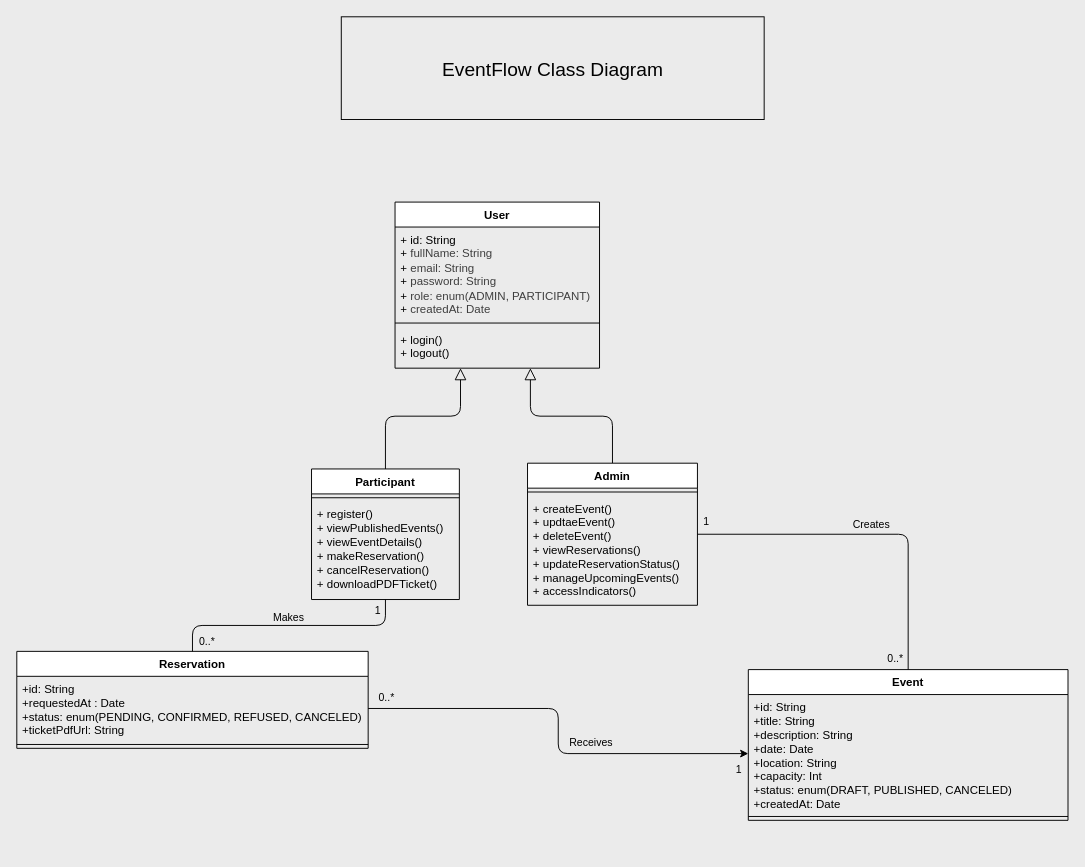
This is UML/Class_Diagram.drawio from YassineElHassani/EventFlow, a draw.io file, before an edit. Source tidied: cells renumbered, new cells numbered last; positions are measured from the earlier drawing's top-left corner, leaving out a move shared by most shapes. Both pictures are drawn from the tidied source at 96%, with x=0, y=0 at pixel (16, 16).
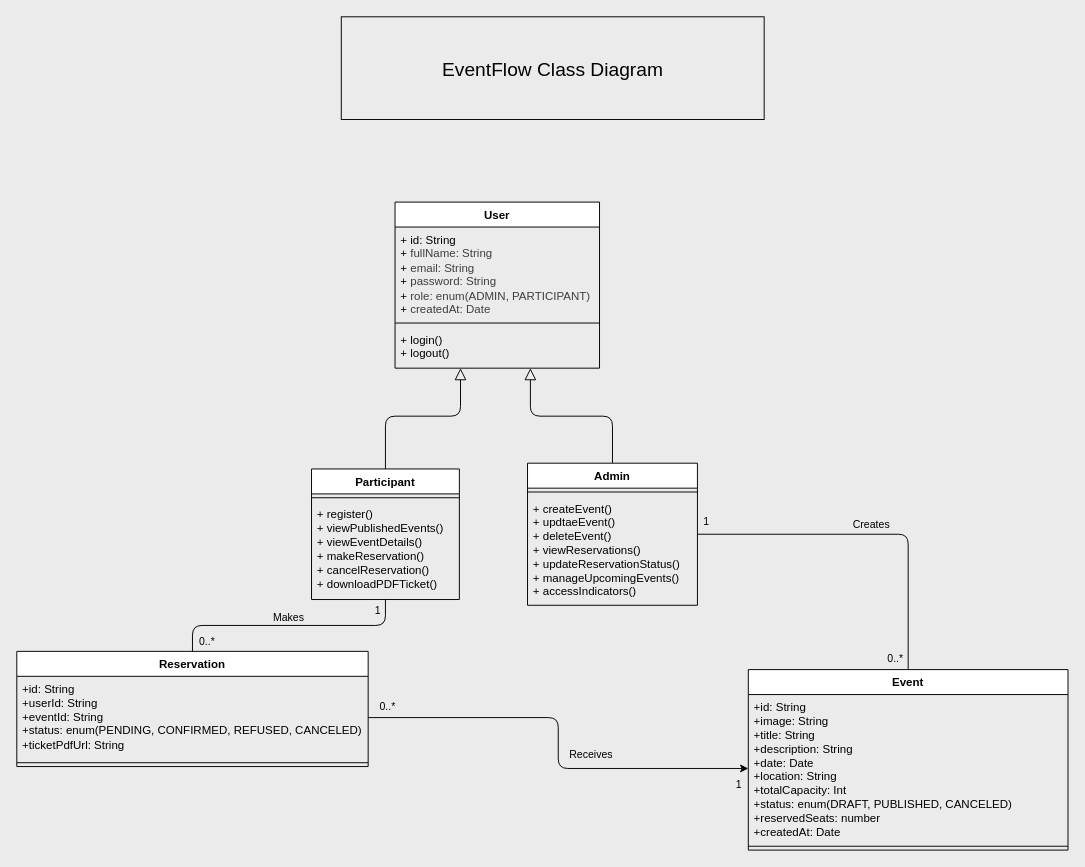
After the change.

What changed in the source:
```diff
@@
     <mxCell id="8" value="Event " style="swimlane;fontStyle=1;align=center;verticalAlign=top;horizontal=1;startSize=26;whiteSpace=wrap;html=1;" parent="1" vertex="1">
-      <mxGeometry x="762" y="680" width="333" height="157" as="geometry" />
+      <mxGeometry x="762" y="680" width="333" height="188" as="geometry" />
     </mxCell>
-    <mxCell id="9" value="+id: String&lt;br&gt;+&lt;span style=&quot;color: rgb(0, 0, 0);&quot;&gt;title:&amp;nbsp;&lt;/span&gt;String&lt;br&gt;+&lt;span style=&quot;color: rgb(0, 0, 0);&quot;&gt;description:&amp;nbsp;&lt;/span&gt;String&lt;br&gt;+&lt;span style=&quot;color: rgb(0, 0, 0);&quot;&gt;date:&amp;nbsp;&lt;/span&gt;Date&lt;br&gt;+&lt;span style=&quot;color: rgb(0, 0, 0);&quot;&gt;location:&amp;nbsp;&lt;/span&gt;String&lt;br&gt;+&lt;span style=&quot;color: rgb(0, 0, 0);&quot;&gt;capacity:&amp;nbsp;&lt;/span&gt;Int&lt;br&gt;+&lt;span style=&quot;color: rgb(0, 0, 0);&quot;&gt;status:&amp;nbsp;&lt;/span&gt;enum(DRAFT, PUBLISHED, CANCELED)&lt;br&gt;+&lt;span style=&quot;color: rgb(0, 0, 0);&quot;&gt;createdAt:&amp;nbsp;&lt;/span&gt;Date" style="text;strokeColor=none;fillColor=none;align=left;verticalAlign=top;spacingLeft=4;spacingRight=4;overflow=hidden;points=[[0,0.5],[1,0.5]];portConstraint=eastwest;whiteSpace=wrap;html=1;" parent="8" vertex="1">
-      <mxGeometry y="26" width="333" height="123" as="geometry" />
+    <mxCell id="9" value="+id: String&lt;br&gt;&lt;span style=&quot;color: rgb(0, 0, 0);&quot;&gt;+image: String&lt;/span&gt;&lt;br&gt;+&lt;span style=&quot;color: rgb(0, 0, 0);&quot;&gt;title:&amp;nbsp;&lt;/span&gt;String&lt;div&gt;+&lt;span style=&quot;color: rgb(0, 0, 0);&quot;&gt;description:&amp;nbsp;&lt;/span&gt;String&lt;br&gt;+&lt;span style=&quot;color: rgb(0, 0, 0);&quot;&gt;date:&amp;nbsp;&lt;/span&gt;Date&lt;br&gt;+&lt;span style=&quot;color: rgb(0, 0, 0);&quot;&gt;location:&amp;nbsp;&lt;/span&gt;String&lt;br&gt;+total&lt;span style=&quot;color: rgb(0, 0, 0);&quot;&gt;Capacity:&amp;nbsp;&lt;/span&gt;Int&lt;br&gt;+&lt;span style=&quot;color: rgb(0, 0, 0);&quot;&gt;status:&amp;nbsp;&lt;/span&gt;enum(DRAFT, PUBLISHED, CANCELED)&lt;br&gt;+reservedSeats: number&lt;br&gt;+&lt;span style=&quot;color: rgb(0, 0, 0);&quot;&gt;createdAt:&amp;nbsp;&lt;/span&gt;Date&lt;/div&gt;" style="text;strokeColor=none;fillColor=none;align=left;verticalAlign=top;spacingLeft=4;spacingRight=4;overflow=hidden;points=[[0,0.5],[1,0.5]];portConstraint=eastwest;whiteSpace=wrap;html=1;" parent="8" vertex="1">
+      <mxGeometry y="26" width="333" height="154" as="geometry" />
     </mxCell>
     <mxCell id="10" style="line;strokeWidth=1;fillColor=none;align=left;verticalAlign=middle;spacingTop=-1;spacingLeft=3;spacingRight=3;labelPosition=right;strokeColor=inherit;" parent="8" vertex="1">
-      <mxGeometry y="149" width="333" height="8" as="geometry" />
+      <mxGeometry y="180" width="333" height="8" as="geometry" />
     </mxCell>
     <mxCell id="11" value="Reservation " style="swimlane;fontStyle=1;align=center;verticalAlign=top;horizontal=1;startSize=26;whiteSpace=wrap;html=1;" parent="1" vertex="1">
-      <mxGeometry y="661" width="366" height="101" as="geometry" />
+      <mxGeometry y="661" width="366" height="120" as="geometry" />
     </mxCell>
-    <mxCell id="12" value="+&lt;span style=&quot;color: rgb(0, 0, 0);&quot;&gt;id:&amp;nbsp;&lt;/span&gt;String&lt;br&gt;+&lt;span style=&quot;color: rgb(0, 0, 0);&quot;&gt;requestedAt&amp;nbsp;:&amp;nbsp;&lt;/span&gt;Date&lt;br&gt;+&lt;span style=&quot;color: rgb(0, 0, 0);&quot;&gt;status: enum(&lt;span style=&quot;color: rgb(0, 0, 0);&quot;&gt;PENDING,&amp;nbsp;&lt;/span&gt;&lt;span style=&quot;color: rgb(0, 0, 0);&quot;&gt;CONFIRMED,&amp;nbsp;&lt;/span&gt;&lt;span style=&quot;color: rgb(0, 0, 0);&quot;&gt;REFUSED,&amp;nbsp;&lt;/span&gt;&lt;span style=&quot;color: rgb(0, 0, 0);&quot;&gt;CANCELED&lt;/span&gt;)&lt;/span&gt;&lt;br&gt;+&lt;span style=&quot;color: rgb(0, 0, 0);&quot;&gt;ticketPdfUrl:&amp;nbsp;&lt;/span&gt;String" style="text;strokeColor=none;fillColor=none;align=left;verticalAlign=top;spacingLeft=4;spacingRight=4;overflow=hidden;points=[[0,0.5],[1,0.5]];portConstraint=eastwest;whiteSpace=wrap;html=1;" parent="11" vertex="1">
-      <mxGeometry y="26" width="366" height="67" as="geometry" />
+    <mxCell id="12" value="+&lt;span style=&quot;color: rgb(0, 0, 0);&quot;&gt;id:&amp;nbsp;&lt;/span&gt;String&lt;div&gt;&lt;font color=&quot;#000000&quot;&gt;+userId: String&lt;/font&gt;&lt;/div&gt;&lt;div&gt;&lt;font color=&quot;#000000&quot;&gt;+eventId: String&lt;/font&gt;&lt;br&gt;+&lt;span style=&quot;color: rgb(0, 0, 0);&quot;&gt;status: enum(&lt;span style=&quot;color: rgb(0, 0, 0);&quot;&gt;PENDING,&amp;nbsp;&lt;/span&gt;&lt;span style=&quot;color: rgb(0, 0, 0);&quot;&gt;CONFIRMED,&amp;nbsp;&lt;/span&gt;&lt;span style=&quot;color: rgb(0, 0, 0);&quot;&gt;REFUSED,&amp;nbsp;&lt;/span&gt;&lt;span style=&quot;color: rgb(0, 0, 0);&quot;&gt;CANCELED&lt;/span&gt;)&lt;/span&gt;&lt;br&gt;+&lt;span style=&quot;color: rgb(0, 0, 0);&quot;&gt;ticketPdfUrl:&amp;nbsp;&lt;/span&gt;String&lt;/div&gt;" style="text;strokeColor=none;fillColor=none;align=left;verticalAlign=top;spacingLeft=4;spacingRight=4;overflow=hidden;points=[[0,0.5],[1,0.5]];portConstraint=eastwest;whiteSpace=wrap;html=1;" parent="11" vertex="1">
+      <mxGeometry y="26" width="366" height="86" as="geometry" />
     </mxCell>
     <mxCell id="13" style="line;strokeWidth=1;fillColor=none;align=left;verticalAlign=middle;spacingTop=-1;spacingLeft=3;spacingRight=3;labelPosition=right;strokeColor=inherit;" parent="11" vertex="1">
-      <mxGeometry y="93" width="366" height="8" as="geometry" />
+      <mxGeometry y="112" width="366" height="8" as="geometry" />
     </mxCell>
```
